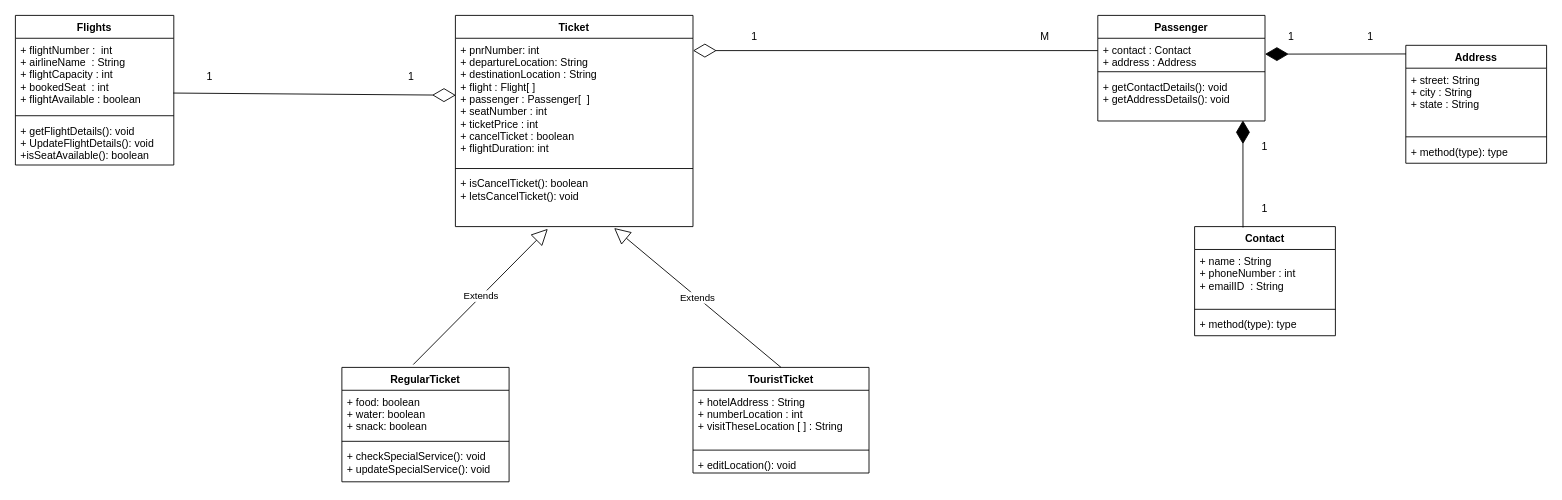
The draw.io diagram FRS_uml/FRS_uml#VN.drawio in Vinayak007/FRS_Project_Vinayak, before the edit. Source tidied: cells renumbered, new cells numbered last; positions are measured from the earlier drawing's top-left corner, leaving out a move shared by most shapes. Both pictures are drawn from the tidied source at 88%, with x=0, y=0 at pixel (15, 15).
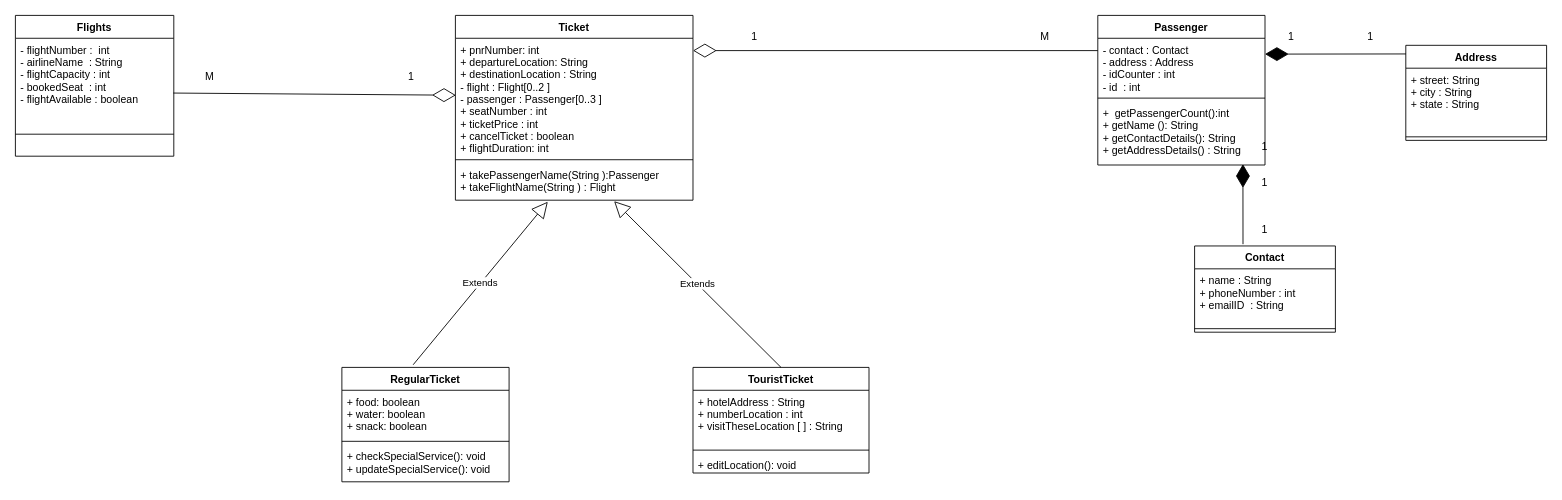
After the change.

The change refers to these unchanged cells:
```xml
<mxCell id="11" value="RegularTicket" style="swimlane;fontStyle=1;align=center;verticalAlign=top;horizontal=1;startSize=26;" parent="1" vertex="1">
  <mxGeometry x="371" y="400" width="190" height="130" as="geometry" />
</mxCell>
```

Change to the diagram source:
```diff
@@
     <mxCell id="2" value="Flights" style="swimlane;fontStyle=1;align=center;verticalAlign=top;horizontal=1;startSize=26;" parent="1" vertex="1">
-      <mxGeometry width="180" height="170" as="geometry" />
+      <mxGeometry width="180" height="160" as="geometry" />
     </mxCell>
-    <mxCell id="3" value="+ flightNumber :  int&#10;+ airlineName  : String&#10;+ flightCapacity : int&#10;+ bookedSeat  : int&#10;+ flightAvailable : boolean&#10;&#10;" style="text;strokeColor=none;fillColor=none;align=left;verticalAlign=top;spacingLeft=4;spacingRight=4;overflow=hidden;points=[[0,0.5],[1,0.5]];portConstraint=eastwest;" parent="2" vertex="1">
+    <mxCell id="3" value="- flightNumber :  int&#10;- airlineName  : String&#10;- flightCapacity : int&#10;- bookedSeat  : int&#10;- flightAvailable : boolean&#10;&#10;" style="text;strokeColor=none;fillColor=none;align=left;verticalAlign=top;spacingLeft=4;spacingRight=4;overflow=hidden;points=[[0,0.5],[1,0.5]];portConstraint=eastwest;" parent="2" vertex="1">
       <mxGeometry y="26" width="180" height="84" as="geometry" />
     </mxCell>
     <mxCell id="4" style="line;strokeWidth=1;fillColor=none;align=left;verticalAlign=middle;spacingTop=-1;spacingLeft=3;spacingRight=3;labelPosition=right;" parent="2" vertex="1">
-      <mxGeometry y="110" width="180" height="8" as="geometry" />
+      <mxGeometry y="110" width="180" height="50" as="geometry" />
     </mxCell>
-    <mxCell id="5" value="+ getFlightDetails(): void&#10;+ UpdateFlightDetails(): void&#10;+isSeatAvailable(): boolean" style="text;strokeColor=none;fillColor=none;align=left;verticalAlign=top;spacingLeft=4;spacingRight=4;overflow=hidden;" parent="2" vertex="1">
-      <mxGeometry y="118" width="180" height="52" as="geometry" />
-    </mxCell>
@@
     <mxCell id="7" value="Ticket" style="swimlane;fontStyle=1;align=center;verticalAlign=top;horizontal=1;startSize=26;" parent="1" vertex="1">
-      <mxGeometry x="500" width="270" height="240" as="geometry" />
+      <mxGeometry x="500" width="270" height="210" as="geometry" />
     </mxCell>
-    <mxCell id="8" value="+ pnrNumber: int&#10;+ departureLocation: String&#10;+ destinationLocation : String&#10;+ flight : Flight[ ]&#10;+ passenger : Passenger[  ]&#10;+ seatNumber : int &#10;+ ticketPrice : int&#10;+ cancelTicket : boolean&#10;+ flightDuration: int  &#10;&#10;" style="text;strokeColor=none;fillColor=none;align=left;verticalAlign=top;spacingLeft=4;spacingRight=4;overflow=hidden;" parent="7" vertex="1">
-      <mxGeometry y="26" width="270" height="144" as="geometry" />
+    <mxCell id="8" value="+ pnrNumber: int&#10;+ departureLocation: String&#10;+ destinationLocation : String&#10;- flight : Flight[0..2 ]&#10;- passenger : Passenger[0..3 ]&#10;+ seatNumber : int &#10;+ ticketPrice : int&#10;+ cancelTicket : boolean&#10;+ flightDuration: int  &#10;&#10;" style="text;strokeColor=none;fillColor=none;align=left;verticalAlign=top;spacingLeft=4;spacingRight=4;overflow=hidden;" parent="7" vertex="1">
+      <mxGeometry y="26" width="270" height="134" as="geometry" />
     </mxCell>
     <mxCell id="9" style="line;strokeWidth=1;fillColor=none;align=left;verticalAlign=middle;spacingTop=-1;spacingLeft=3;spacingRight=3;labelPosition=right;" parent="7" vertex="1">
-      <mxGeometry y="170" width="270" height="8" as="geometry" />
+      <mxGeometry y="160" width="270" height="8" as="geometry" />
     </mxCell>
-    <mxCell id="10" value="+ isCancelTicket(): boolean&#10;+ letsCancelTicket(): void" style="text;strokeColor=none;fillColor=none;align=left;verticalAlign=top;spacingLeft=4;spacingRight=4;overflow=hidden;points=[[0,0.5],[1,0.5]];portConstraint=eastwest;" parent="7" vertex="1">
-      <mxGeometry y="178" width="270" height="62" as="geometry" />
+    <mxCell id="10" value="+ takePassengerName(String ):Passenger&#10;+ takeFlightName(String ) : Flight" style="text;strokeColor=none;fillColor=none;align=left;verticalAlign=top;spacingLeft=4;spacingRight=4;overflow=hidden;points=[[0,0.5],[1,0.5]];portConstraint=eastwest;" parent="7" vertex="1">
+      <mxGeometry y="168" width="270" height="42" as="geometry" />
     </mxCell>
@@
-    <mxCell id="19" value="Extends" style="endArrow=block;endSize=16;endFill=0;html=1;exitX=0.427;exitY=-0.025;exitDx=0;exitDy=0;exitPerimeter=0;entryX=0.389;entryY=1.041;entryDx=0;entryDy=0;entryPerimeter=0;" parent="1" edge="1" source="11" target="10">
-      <mxGeometry relative="1" as="geometry" />
+    <mxCell id="19" value="Extends" style="endArrow=block;endSize=16;endFill=0;html=1;entryX=0.389;entryY=1.041;entryDx=0;entryDy=0;entryPerimeter=0;" parent="1" edge="1" target="10">
+      <mxGeometry relative="1" as="geometry">
+        <mxPoint x="452" y="397" as="sourcePoint" />
+      </mxGeometry>
     </mxCell>
@@
     <mxCell id="21" value="Passenger" style="swimlane;fontStyle=1;align=center;verticalAlign=top;horizontal=1;startSize=26;" parent="1" vertex="1">
-      <mxGeometry x="1230" width="190" height="120" as="geometry" />
+      <mxGeometry x="1230" width="190" height="170" as="geometry" />
     </mxCell>
-    <mxCell id="22" value="+ contact : Contact&#10;+ address : Address" style="text;strokeColor=none;fillColor=none;align=left;verticalAlign=top;spacingLeft=4;spacingRight=4;overflow=hidden;" parent="21" vertex="1">
-      <mxGeometry y="26" width="190" height="34" as="geometry" />
+    <mxCell id="22" value="- contact : Contact&#10;- address : Address&#10;- idCounter : int&#10;- id  : int&#10;" style="text;strokeColor=none;fillColor=none;align=left;verticalAlign=top;spacingLeft=4;spacingRight=4;overflow=hidden;" parent="21" vertex="1">
+      <mxGeometry y="26" width="190" height="64" as="geometry" />
     </mxCell>
     <mxCell id="23" style="line;strokeWidth=1;fillColor=none;align=left;verticalAlign=middle;spacingTop=-1;spacingLeft=3;spacingRight=3;labelPosition=right;" parent="21" vertex="1">
-      <mxGeometry y="60" width="190" height="8" as="geometry" />
+      <mxGeometry y="90" width="190" height="8" as="geometry" />
     </mxCell>
-    <mxCell id="24" value="+ getContactDetails(): void&#10;+ getAddressDetails(): void" style="text;strokeColor=none;fillColor=none;align=left;verticalAlign=top;spacingLeft=4;spacingRight=4;overflow=hidden;points=[[0,0.5],[1,0.5]];portConstraint=eastwest;" parent="21" vertex="1">
-      <mxGeometry y="68" width="190" height="52" as="geometry" />
+    <mxCell id="24" value="+  getPassengerCount():int&#10;+ getName (): String&#10;+ getContactDetails(): String&#10;+ getAddressDetails() : String&#10;" style="text;strokeColor=none;fillColor=none;align=left;verticalAlign=top;spacingLeft=4;spacingRight=4;overflow=hidden;points=[[0,0.5],[1,0.5]];portConstraint=eastwest;" parent="21" vertex="1">
+      <mxGeometry y="98" width="190" height="72" as="geometry" />
     </mxCell>
@@
     <mxCell id="26" value="Address" style="swimlane;fontStyle=1;align=center;verticalAlign=top;horizontal=1;startSize=26;" parent="1" vertex="1">
-      <mxGeometry x="1580" y="34" width="160" height="134" as="geometry" />
+      <mxGeometry x="1580" y="34" width="160" height="108" as="geometry" />
     </mxCell>
@@
-    <mxCell id="29" value="+ method(type): type" style="text;strokeColor=none;fillColor=none;align=left;verticalAlign=top;spacingLeft=4;spacingRight=4;overflow=hidden;" parent="26" vertex="1">
-      <mxGeometry y="108" width="160" height="26" as="geometry" />
-    </mxCell>
     <mxCell id="30" value="Contact" style="swimlane;fontStyle=1;align=center;verticalAlign=top;horizontal=1;startSize=26;" parent="1" vertex="1">
-      <mxGeometry x="1340" y="240" width="160" height="124" as="geometry" />
+      <mxGeometry x="1340" y="262" width="160" height="98" as="geometry" />
     </mxCell>
@@
-    <mxCell id="33" value="+ method(type): type" style="text;strokeColor=none;fillColor=none;align=left;verticalAlign=top;spacingLeft=4;spacingRight=4;overflow=hidden;" parent="30" vertex="1">
-      <mxGeometry y="98" width="160" height="26" as="geometry" />
-    </mxCell>
     <mxCell id="34" style="endArrow=diamondThin;endFill=1;endSize=24;html=1;entryX=0.868;entryY=0.987;entryDx=0;entryDy=0;entryPerimeter=0;" parent="1" edge="1" target="24">
       <mxGeometry relative="1" as="geometry">
-        <mxPoint x="1395" y="241" as="sourcePoint" />
+        <mxPoint x="1395" y="260" as="sourcePoint" />
       </mxGeometry>
     </mxCell>
@@
-    <mxCell id="36" value="1" style="text;html=1;strokeColor=none;fillColor=none;align=center;verticalAlign=middle;whiteSpace=wrap;rounded=0;" parent="1" vertex="1">
+    <mxCell id="36" value="M" style="text;html=1;strokeColor=none;fillColor=none;align=center;verticalAlign=middle;whiteSpace=wrap;rounded=0;" parent="1" vertex="1">
       <mxGeometry x="201" y="60" width="40" height="20" as="geometry" />
     </mxCell>
@@
     <mxCell id="40" value="1" style="text;html=1;strokeColor=none;fillColor=none;align=center;verticalAlign=middle;whiteSpace=wrap;rounded=0;" parent="1" vertex="1">
-      <mxGeometry x="1400" y="210" width="40" height="20" as="geometry" />
+      <mxGeometry x="1400" y="234" width="40" height="20" as="geometry" />
     </mxCell>
@@
+    <mxCell id="44" value="1" style="text;html=1;strokeColor=none;fillColor=none;align=center;verticalAlign=middle;whiteSpace=wrap;rounded=0;" parent="1" vertex="1">
+      <mxGeometry x="1400" y="180" width="40" height="20" as="geometry" />
+    </mxCell>
```
